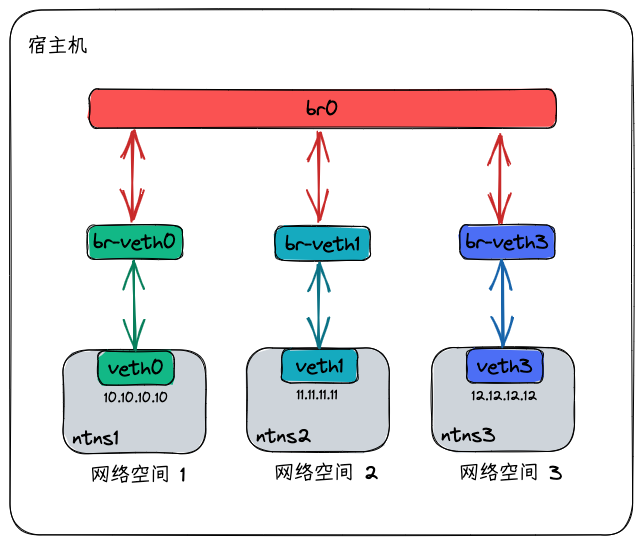
Before: static/excalidraw/docker/linux_bridge.excalidraw.png, a diagram exported from Excalidraw (iDukeLu/iDukeLu.github.io). Source tidied: one line per element, renumbered; positions are measured from the earlier drawing's top-left corner, leaving out a move shared by most shapes.
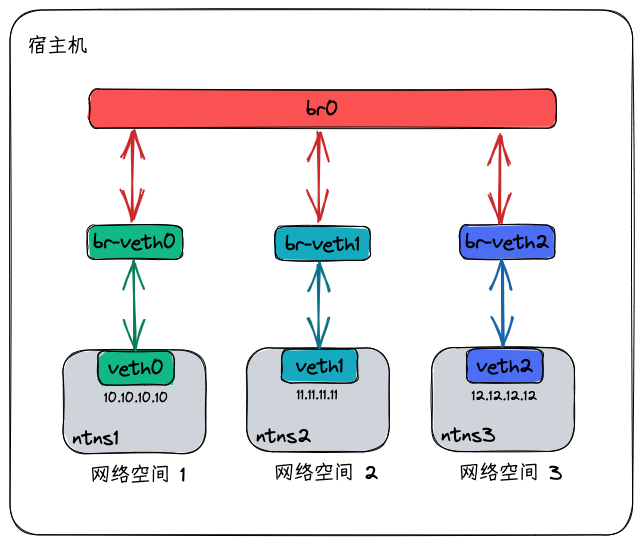
The same file after the commit.

What changed in the source:
```diff
@@ -22,12 +22,12 @@
 {"id": 21, "type": "arrow", "strokeColor": "#0b7285", "backgroundColor": "#228be6", "fillStyle": "solid", "strokeWidth": 2, "roughness": 1, "startArrowhead": "arrow", "endArrowhead": "arrow", "round": true, "from": 14, "to": 19, "x": 309, "y": 337, "width": 1, "height": 83, "points": [[0, 0], [-1, -83]]}
 {"id": 22, "type": "rectangle", "strokeColor": "#000000", "backgroundColor": "#ced4da", "fillStyle": "solid", "strokeWidth": 1, "roughness": 1, "round": true, "x": 422, "y": 338, "width": 143, "height": 104}
 {"id": 23, "type": "rectangle", "strokeColor": "#000000", "backgroundColor": "#4c6ef5", "fillStyle": "solid", "strokeWidth": 1, "roughness": 1, "round": true, "x": 457, "y": 339, "width": 76, "height": 34}
-{"id": 24, "type": "text", "text": "veth3", "strokeColor": "#000000", "strokeWidth": 1, "roughness": 1, "fontSize": 20, "fontFamily": 1, "textAlign": "center", "verticalAlign": "middle", "inside": 23, "x": 467, "y": 344, "width": 56, "height": 24}
+{"id": 24, "type": "text", "text": "veth2", "strokeColor": "#000000", "strokeWidth": 1, "roughness": 1, "fontSize": 20, "fontFamily": 1, "textAlign": "center", "verticalAlign": "middle", "inside": 23, "x": 466, "y": 344, "width": 57, "height": 24}
 {"id": 25, "type": "text", "text": "ntns3", "strokeColor": "#000000", "strokeWidth": 1, "roughness": 1, "fontSize": 20, "fontFamily": 1, "x": 431, "y": 413, "width": 54, "height": 24}
 {"id": 26, "type": "text", "text": "网络空间 3", "strokeColor": "#000000", "strokeWidth": 1, "roughness": 1, "fontSize": 20, "fontFamily": 1, "x": 449, "y": 451, "width": 104, "height": 24}
 {"id": 27, "type": "text", "text": "12.12.12.12", "strokeColor": "#000000", "strokeWidth": 1, "roughness": 1, "fontSize": 13.82, "fontFamily": 1, "x": 461, "y": 378, "width": 66, "height": 16}
 {"id": 28, "type": "rectangle", "strokeColor": "#000000", "backgroundColor": "#4c6ef5", "fillStyle": "solid", "strokeWidth": 1, "roughness": 1, "round": true, "x": 450, "y": 215, "width": 95, "height": 34}
-{"id": 29, "type": "text", "text": "br-veth3", "strokeColor": "#000000", "strokeWidth": 1, "roughness": 1, "fontSize": 20, "fontFamily": 1, "textAlign": "center", "verticalAlign": "middle", "inside": 28, "x": 456, "y": 220, "width": 83, "height": 24}
+{"id": 29, "type": "text", "text": "br-veth2", "strokeColor": "#000000", "strokeWidth": 1, "roughness": 1, "fontSize": 20, "fontFamily": 1, "textAlign": "center", "verticalAlign": "middle", "inside": 28, "x": 455, "y": 220, "width": 84, "height": 24}
 {"id": 30, "type": "arrow", "strokeColor": "#1864ab", "backgroundColor": "#228be6", "fillStyle": "solid", "strokeWidth": 2, "roughness": 1, "startArrowhead": "arrow", "endArrowhead": "arrow", "round": true, "from": 23, "to": 28, "x": 494, "y": 336, "width": 1, "height": 84, "points": [[0, 0], [-1, -84]]}
 {"id": 31, "type": "arrow", "strokeColor": "#c92a2a", "backgroundColor": "#fa5252", "fillStyle": "hachure", "strokeWidth": 2, "roughness": 1, "startArrowhead": "arrow", "endArrowhead": "arrow", "round": true, "from": 9, "to": 7, "x": 123, "y": 211, "width": 0, "height": 88, "points": [[0, 0], [0, -88]]}
 {"id": 32, "type": "arrow", "strokeColor": "#c92a2a", "backgroundColor": "#fa5252", "fillStyle": "hachure", "strokeWidth": 2, "roughness": 1, "startArrowhead": "arrow", "endArrowhead": "arrow", "round": true, "from": 19, "to": 7, "x": 309, "y": 210, "width": 0, "height": 88, "points": [[0, 0], [0, -88]]}
```
